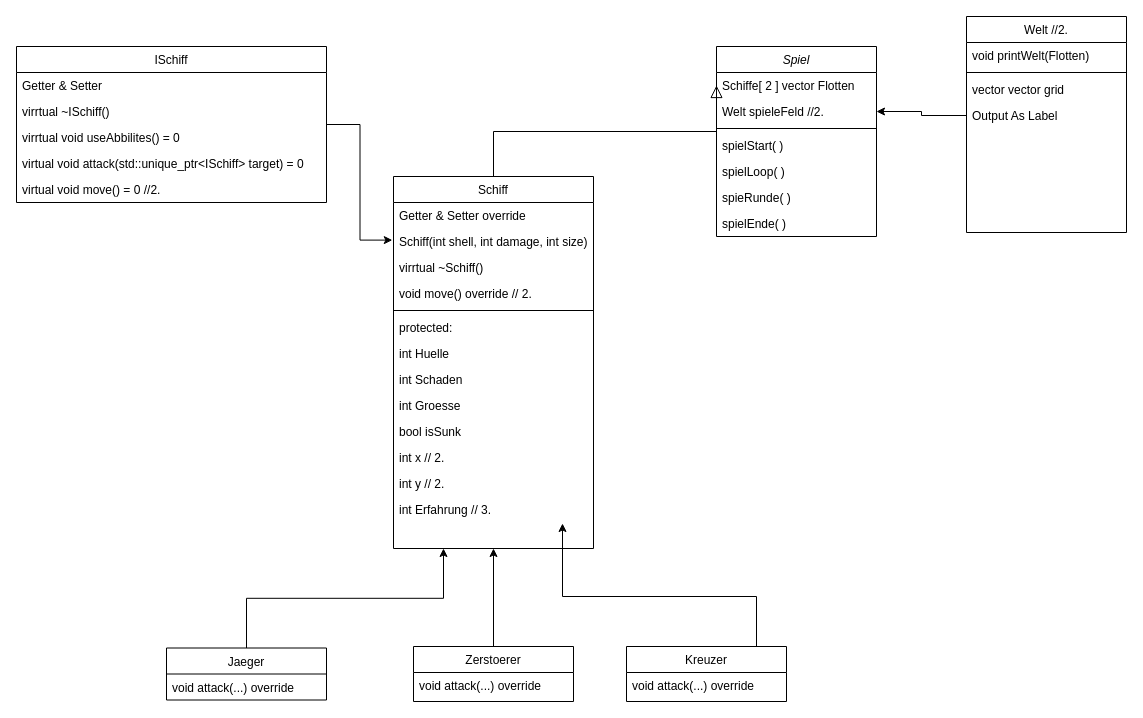
Before: Semester-2/C++Files/Flottenkampf/Flottenkampf.drawio in salem-karim/CS-Bachelor, a draw.io diagram. Source tidied: cells renumbered, new cells numbered last; positions are measured from the earlier drawing's top-left corner, leaving out a move shared by most shapes. Both pictures are drawn from the tidied source at 100%, with x=0, y=0 at pixel (16, 16).
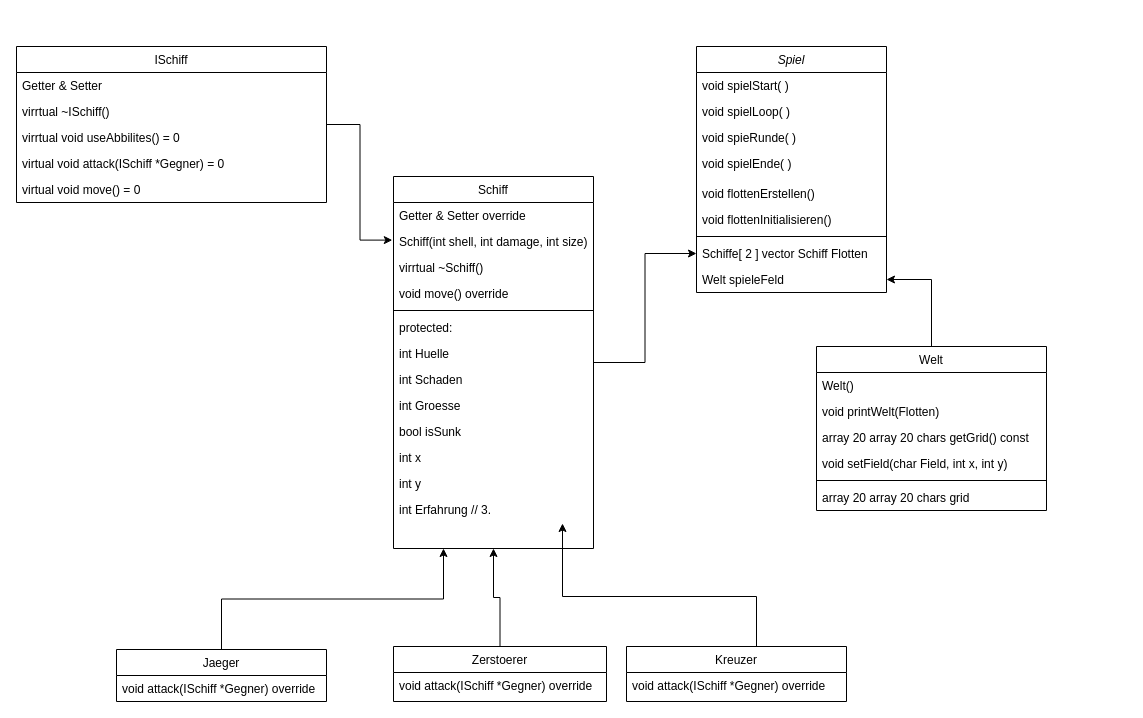
The same page after the edit.

The change refers to these unchanged cells:
```xml
<mxCell id="13" value="Schiff" style="swimlane;fontStyle=0;align=center;verticalAlign=top;horizontal=1;startSize=26;rounded=0;shadow=0;strokeWidth=1;" parent="1" vertex="1">
  <mxGeometry x="377" y="160" width="200" height="372" as="geometry" />
</mxCell>
<mxCell id="34" value="ISchiff" style="swimlane;fontStyle=0;align=center;verticalAlign=top;horizontal=1;startSize=26;rounded=0;shadow=0;strokeWidth=1;" parent="1" vertex="1">
  <mxGeometry y="30" width="310" height="156" as="geometry" />
</mxCell>
```

What changed in the source:
```diff
@@
     <mxCell id="2" value="Spiel" style="swimlane;fontStyle=2;align=center;verticalAlign=top;horizontal=1;startSize=26;rounded=0;shadow=0;strokeWidth=1;" parent="1" vertex="1">
-      <mxGeometry x="700" y="30" width="160" height="190" as="geometry" />
+      <mxGeometry x="680" y="30" width="190" height="246" as="geometry" />
     </mxCell>
-    <mxCell id="3" value="Schiffe[ 2 ] vector Flotten" style="text;align=left;verticalAlign=top;spacingLeft=4;spacingRight=4;overflow=hidden;points=[[0,0.5],[1,0.5]];portConstraint=eastwest;" parent="2" vertex="1">
-      <mxGeometry y="26" width="160" height="26" as="geometry" />
-    </mxCell>
-    <mxCell id="4" value="Welt spieleFeld //2." style="text;align=left;verticalAlign=top;spacingLeft=4;spacingRight=4;overflow=hidden;points=[[0,0.5],[1,0.5]];portConstraint=eastwest;" parent="2" vertex="1">
-      <mxGeometry y="52" width="160" height="26" as="geometry" />
-    </mxCell>
-    <mxCell id="5" style="line;html=1;strokeWidth=1;align=left;verticalAlign=middle;spacingTop=-1;spacingLeft=3;spacingRight=3;labelPosition=right;" parent="2" vertex="1">
-      <mxGeometry y="78" width="160" height="8" as="geometry" />
-    </mxCell>
-    <mxCell id="6" value="spielStart( )" style="text;align=left;verticalAlign=top;spacingLeft=4;spacingRight=4;overflow=hidden;" parent="2" vertex="1">
-      <mxGeometry y="86" width="160" height="26" as="geometry" />
+    <mxCell id="6" value="void spielStart( )" style="text;align=left;verticalAlign=top;spacingLeft=4;spacingRight=4;overflow=hidden;" parent="2" vertex="1">
+      <mxGeometry y="26" width="190" height="26" as="geometry" />
     </mxCell>
-    <mxCell id="7" value="spielLoop( )" style="text;align=left;verticalAlign=top;spacingLeft=4;spacingRight=4;overflow=hidden;" parent="2" vertex="1">
-      <mxGeometry y="112" width="160" height="26" as="geometry" />
+    <mxCell id="7" value="void spielLoop( )" style="text;align=left;verticalAlign=top;spacingLeft=4;spacingRight=4;overflow=hidden;" parent="2" vertex="1">
+      <mxGeometry y="52" width="190" height="26" as="geometry" />
     </mxCell>
-    <mxCell id="8" value="spieRunde( )" style="text;align=left;verticalAlign=top;spacingLeft=4;spacingRight=4;overflow=hidden;" parent="2" vertex="1">
-      <mxGeometry y="138" width="160" height="26" as="geometry" />
+    <mxCell id="8" value="void spieRunde( )" style="text;align=left;verticalAlign=top;spacingLeft=4;spacingRight=4;overflow=hidden;" parent="2" vertex="1">
+      <mxGeometry y="78" width="190" height="26" as="geometry" />
     </mxCell>
-    <mxCell id="9" value="spielEnde( )" style="text;align=left;verticalAlign=top;spacingLeft=4;spacingRight=4;overflow=hidden;" parent="2" vertex="1">
-      <mxGeometry y="164" width="160" height="26" as="geometry" />
+    <mxCell id="9" value="void spielEnde( )" style="text;align=left;verticalAlign=top;spacingLeft=4;spacingRight=4;overflow=hidden;" parent="2" vertex="1">
+      <mxGeometry y="104" width="190" height="30" as="geometry" />
     </mxCell>
+    <mxCell id="47" value="void flottenErstellen()" style="text;align=left;verticalAlign=top;spacingLeft=4;spacingRight=4;overflow=hidden;" parent="2" vertex="1">
+      <mxGeometry y="134" width="190" height="26" as="geometry" />
+    </mxCell>
+    <mxCell id="48" value="void flottenInitialisieren()" style="text;align=left;verticalAlign=top;spacingLeft=4;spacingRight=4;overflow=hidden;" parent="2" vertex="1">
+      <mxGeometry y="160" width="190" height="26" as="geometry" />
+    </mxCell>
+    <mxCell id="5" style="line;html=1;strokeWidth=1;align=left;verticalAlign=middle;spacingTop=-1;spacingLeft=3;spacingRight=3;labelPosition=right;" parent="2" vertex="1">
+      <mxGeometry y="186" width="190" height="8" as="geometry" />
+    </mxCell>
+    <mxCell id="3" value="Schiffe[ 2 ] vector Schiff Flotten" style="text;align=left;verticalAlign=top;spacingLeft=4;spacingRight=4;overflow=hidden;points=[[0,0.5],[1,0.5]];portConstraint=eastwest;" parent="2" vertex="1">
+      <mxGeometry y="194" width="190" height="26" as="geometry" />
+    </mxCell>
+    <mxCell id="4" value="Welt spieleFeld" style="text;align=left;verticalAlign=top;spacingLeft=4;spacingRight=4;overflow=hidden;points=[[0,0.5],[1,0.5]];portConstraint=eastwest;" parent="2" vertex="1">
+      <mxGeometry y="220" width="190" height="26" as="geometry" />
+    </mxCell>
@@
     <mxCell id="11" value="Kreuzer" style="swimlane;fontStyle=0;align=center;verticalAlign=top;horizontal=1;startSize=26;rounded=0;shadow=0;strokeWidth=1;" parent="1" vertex="1">
-      <mxGeometry x="610" y="630" width="160" height="55" as="geometry" />
+      <mxGeometry x="610" y="630" width="220" height="55" as="geometry" />
     </mxCell>
-    <mxCell id="12" value="void attack(...) override" style="text;align=left;verticalAlign=top;spacingLeft=4;spacingRight=4;overflow=hidden;" parent="11" vertex="1">
-      <mxGeometry y="26" width="160" height="26" as="geometry" />
+    <mxCell id="12" value="void attack(ISchiff *Gegner) override" style="text;align=left;verticalAlign=top;spacingLeft=4;spacingRight=4;overflow=hidden;" parent="11" vertex="1">
+      <mxGeometry y="26" width="220" height="26" as="geometry" />
     </mxCell>
+    <mxCell id="27" style="edgeStyle=orthogonalEdgeStyle;rounded=0;jettySize=auto;html=1;entryX=0;entryY=0.5;entryDx=0;entryDy=0;" parent="1" edge="1" source="13" target="3">
+      <mxGeometry relative="1" as="geometry" />
+    </mxCell>
@@
-    <mxCell id="17" value="void move() override // 2." style="text;align=left;verticalAlign=top;spacingLeft=4;spacingRight=4;overflow=hidden;" parent="13" vertex="1">
+    <mxCell id="17" value="void move() override" style="text;align=left;verticalAlign=top;spacingLeft=4;spacingRight=4;overflow=hidden;" parent="13" vertex="1">
       <mxGeometry y="104" width="200" height="26" as="geometry" />
     </mxCell>
@@
-    <mxCell id="24" value="int x // 2." style="text;align=left;verticalAlign=top;spacingLeft=4;spacingRight=4;overflow=hidden;" parent="13" vertex="1">
+    <mxCell id="24" value="int x " style="text;align=left;verticalAlign=top;spacingLeft=4;spacingRight=4;overflow=hidden;" parent="13" vertex="1">
       <mxGeometry y="268" width="200" height="26" as="geometry" />
     </mxCell>
-    <mxCell id="25" value="int y // 2." style="text;align=left;verticalAlign=top;spacingLeft=4;spacingRight=4;overflow=hidden;" parent="13" vertex="1">
+    <mxCell id="25" value="int y" style="text;align=left;verticalAlign=top;spacingLeft=4;spacingRight=4;overflow=hidden;" parent="13" vertex="1">
       <mxGeometry y="294" width="200" height="26" as="geometry" />
     </mxCell>
@@
-    <mxCell id="27" style="endArrow=block;endSize=10;endFill=0;shadow=0;strokeWidth=1;rounded=0;curved=0;edgeStyle=elbowEdgeStyle;elbow=vertical;entryX=0;entryY=0.5;entryDx=0;entryDy=0;" parent="1" edge="1" source="13" target="3">
-      <mxGeometry relative="1" as="geometry" />
-    </mxCell>
+    <mxCell id="49" style="edgeStyle=orthogonalEdgeStyle;rounded=0;jettySize=auto;html=1;entryX=1;entryY=0.5;entryDx=0;entryDy=0;" parent="1" edge="1" source="28" target="4">
+      <mxGeometry relative="1" as="geometry" />
+    </mxCell>
-    <mxCell id="28" value="Welt //2." style="swimlane;fontStyle=0;align=center;verticalAlign=top;horizontal=1;startSize=26;rounded=0;shadow=0;strokeWidth=1;" parent="1" vertex="1">
-      <mxGeometry x="950" width="160" height="216" as="geometry" />
+    <mxCell id="28" value="Welt" style="swimlane;fontStyle=0;align=center;verticalAlign=top;horizontal=1;startSize=26;rounded=0;shadow=0;strokeWidth=1;" parent="1" vertex="1">
+      <mxGeometry x="800" y="330" width="230" height="164" as="geometry" />
     </mxCell>
+    <mxCell id="50" value="Welt()" style="text;align=left;verticalAlign=top;spacingLeft=4;spacingRight=4;overflow=hidden;" parent="28" vertex="1">
+      <mxGeometry y="26" width="230" height="26" as="geometry" />
+    </mxCell>
     <mxCell id="29" value="void printWelt(Flotten)" style="text;align=left;verticalAlign=top;spacingLeft=4;spacingRight=4;overflow=hidden;" parent="28" vertex="1">
-      <mxGeometry y="26" width="160" height="26" as="geometry" />
+      <mxGeometry y="52" width="230" height="26" as="geometry" />
     </mxCell>
+    <mxCell id="51" value="array 20 array 20 chars getGrid() const" style="text;align=left;verticalAlign=top;spacingLeft=4;spacingRight=4;overflow=hidden;" parent="28" vertex="1">
+      <mxGeometry y="78" width="230" height="26" as="geometry" />
+    </mxCell>
+    <mxCell id="52" value="void setField(char Field, int x, int y)" style="text;align=left;verticalAlign=top;spacingLeft=4;spacingRight=4;overflow=hidden;" parent="28" vertex="1">
+      <mxGeometry y="104" width="230" height="26" as="geometry" />
+    </mxCell>
     <mxCell id="30" style="line;html=1;strokeWidth=1;align=left;verticalAlign=middle;spacingTop=-1;spacingLeft=3;spacingRight=3;labelPosition=right;" parent="28" vertex="1">
-      <mxGeometry y="52" width="160" height="8" as="geometry" />
+      <mxGeometry y="130" width="230" height="8" as="geometry" />
     </mxCell>
-    <mxCell id="31" value="vector vector grid " style="text;align=left;verticalAlign=top;spacingLeft=4;spacingRight=4;overflow=hidden;" parent="28" vertex="1">
-      <mxGeometry y="60" width="160" height="26" as="geometry" />
+    <mxCell id="31" value="array 20 array 20 chars grid" style="text;align=left;verticalAlign=top;spacingLeft=4;spacingRight=4;overflow=hidden;" parent="28" vertex="1">
+      <mxGeometry y="138" width="230" height="26" as="geometry" />
     </mxCell>
-    <mxCell id="32" value="Output As Label" style="text;align=left;verticalAlign=top;spacingLeft=4;spacingRight=4;overflow=hidden;points=[[0,0.5],[1,0.5]];portConstraint=eastwest;" parent="28" vertex="1">
-      <mxGeometry y="86" width="160" height="26" as="geometry" />
-    </mxCell>
-    <mxCell id="33" style="edgeStyle=orthogonalEdgeStyle;rounded=0;jettySize=auto;html=1;entryX=1;entryY=0.5;entryDx=0;entryDy=0;" parent="1" edge="1" source="32" target="4">
-      <mxGeometry relative="1" as="geometry" />
-    </mxCell>
@@
-    <mxCell id="38" value="virtual void attack(std::unique_ptr&lt;ISchiff&gt; target) = 0" style="text;align=left;verticalAlign=top;spacingLeft=4;spacingRight=4;overflow=hidden;" parent="34" vertex="1">
+    <mxCell id="38" value="virtual void attack(ISchiff *Gegner) = 0" style="text;align=left;verticalAlign=top;spacingLeft=4;spacingRight=4;overflow=hidden;" parent="34" vertex="1">
       <mxGeometry y="104" width="310" height="26" as="geometry" />
     </mxCell>
-    <mxCell id="39" value="virtual void move() = 0 //2." style="text;align=left;verticalAlign=top;spacingLeft=4;spacingRight=4;overflow=hidden;" parent="34" vertex="1">
+    <mxCell id="39" value="virtual void move() = 0" style="text;align=left;verticalAlign=top;spacingLeft=4;spacingRight=4;overflow=hidden;" parent="34" vertex="1">
       <mxGeometry y="130" width="310" height="26" as="geometry" />
     </mxCell>
@@
     <mxCell id="42" value="Jaeger" style="swimlane;fontStyle=0;align=center;verticalAlign=top;horizontal=1;startSize=26;rounded=0;shadow=0;strokeWidth=1;" parent="1" vertex="1">
-      <mxGeometry x="150" y="631.5" width="160" height="52" as="geometry" />
+      <mxGeometry x="100" y="633" width="210" height="52" as="geometry" />
     </mxCell>
-    <mxCell id="43" value="void attack(...) override" style="text;align=left;verticalAlign=top;spacingLeft=4;spacingRight=4;overflow=hidden;" parent="42" vertex="1">
-      <mxGeometry y="26" width="160" height="26" as="geometry" />
+    <mxCell id="43" value="void attack(ISchiff *Gegner) override" style="text;align=left;verticalAlign=top;spacingLeft=4;spacingRight=4;overflow=hidden;" parent="42" vertex="1">
+      <mxGeometry y="26" width="210" height="26" as="geometry" />
     </mxCell>
@@
     <mxCell id="45" value="Zerstoerer" style="swimlane;fontStyle=0;align=center;verticalAlign=top;horizontal=1;startSize=26;rounded=0;shadow=0;strokeWidth=1;" parent="1" vertex="1">
-      <mxGeometry x="397" y="630" width="160" height="55" as="geometry" />
+      <mxGeometry x="377" y="630" width="213" height="55" as="geometry" />
     </mxCell>
-    <mxCell id="46" value="void attack(...) override" style="text;align=left;verticalAlign=top;spacingLeft=4;spacingRight=4;overflow=hidden;" parent="45" vertex="1">
-      <mxGeometry y="26" width="160" height="26" as="geometry" />
+    <mxCell id="46" value="void attack(ISchiff *Gegner) override" style="text;align=left;verticalAlign=top;spacingLeft=4;spacingRight=4;overflow=hidden;" parent="45" vertex="1">
+      <mxGeometry y="26" width="213" height="26" as="geometry" />
     </mxCell>
```
